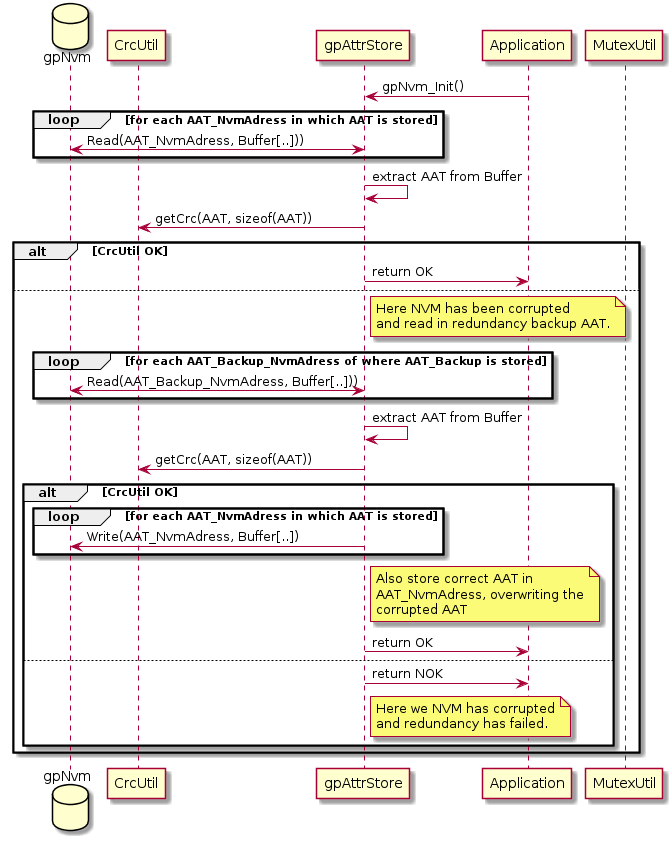
Earlier version of the PlantUML export doc/gpNvm_Init.png (kevinwong1983/AttributeAllocationTable). The source it was exported from:
```plantuml
@startuml gpNvm_Init

database gpNvm
participant CrcUtil
participant gpAttrStore
participant Application
participant MutexUtil

Application -> gpAttrStore : gpNvm_Init()
loop for each AAT_NvmAdress in which AAT is stored
	gpAttrStore <-> gpNvm : Read(AAT_NvmAdress, Buffer[..]))
end
gpAttrStore -> gpAttrStore: extract AAT from Buffer

gpAttrStore -> CrcUtil : getCrc(AAT, sizeof(AAT))
alt CrcUtil OK
	gpAttrStore -> Application : return OK
else
 	note right of gpAttrStore
	Here NVM has been corrupted
	and read in redundancy backup AAT.
	end note
	loop for each AAT_Backup_NvmAdress of where AAT_Backup is stored
		gpAttrStore <-> gpNvm : Read(AAT_Backup_NvmAdress, Buffer[..]))
	end
	gpAttrStore -> gpAttrStore: extract AAT from Buffer
	gpAttrStore -> CrcUtil : getCrc(AAT, sizeof(AAT))
	alt CrcUtil OK
		loop for each AAT_NvmAdress in which AAT is stored
			gpAttrStore -> gpNvm : Write(AAT_NvmAdress, Buffer[..])
		end
		note right of gpAttrStore
		Also store correct AAT in
		AAT_NvmAdress, overwriting the
		corrupted AAT
		end note
		gpAttrStore -> Application : return OK
	else
		gpAttrStore -> Application : return NOK
	    note right of gpAttrStore
		Here we NVM has corrupted
		and redundancy has failed.
		end note
	end
end
@enduml
```
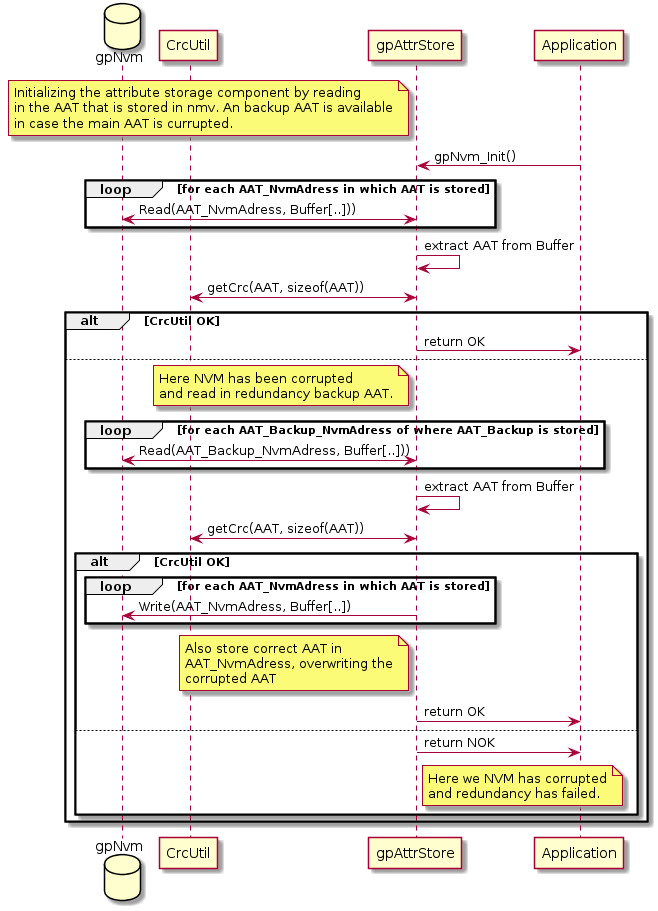
After the change.

What changed in the source:
```diff
@@ -1,10 +1,14 @@
 @startuml gpNvm_Init
+note left of gpAttrStore
+	Initializing the attribute storage component by reading
+	in the AAT that is stored in nmv. An backup AAT is available
+	in case the main AAT is currupted.
+end note
 
 database gpNvm
 participant CrcUtil
 participant gpAttrStore
 participant Application
-participant MutexUtil
 
 Application -> gpAttrStore : gpNvm_Init()
 loop for each AAT_NvmAdress in which AAT is stored
@@ -12,11 +16,11 @@
 end
 gpAttrStore -> gpAttrStore: extract AAT from Buffer
 
-gpAttrStore -> CrcUtil : getCrc(AAT, sizeof(AAT))
+gpAttrStore <-> CrcUtil : getCrc(AAT, sizeof(AAT))
 alt CrcUtil OK
 	gpAttrStore -> Application : return OK
 else
- 	note right of gpAttrStore
+ 	note left of gpAttrStore
 	Here NVM has been corrupted
 	and read in redundancy backup AAT.
 	end note
@@ -24,12 +28,12 @@
 		gpAttrStore <-> gpNvm : Read(AAT_Backup_NvmAdress, Buffer[..]))
 	end
 	gpAttrStore -> gpAttrStore: extract AAT from Buffer
-	gpAttrStore -> CrcUtil : getCrc(AAT, sizeof(AAT))
+	gpAttrStore <-> CrcUtil : getCrc(AAT, sizeof(AAT))
 	alt CrcUtil OK
 		loop for each AAT_NvmAdress in which AAT is stored
 			gpAttrStore -> gpNvm : Write(AAT_NvmAdress, Buffer[..])
 		end
-		note right of gpAttrStore
+		note left of gpAttrStore
 		Also store correct AAT in
 		AAT_NvmAdress, overwriting the
 		corrupted AAT
```
